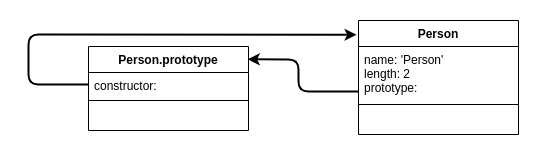
The draw.io diagram SoftwareDevelopment/WebDevelopment/JavaScript/pictures/constructorFunctionInheritanceStep1.png in lcov29/knowledgeBase, before a commit. Source tidied: cells renumbered, new cells last; positions are measured from the earlier drawing's top-left corner, leaving out a move shared by most shapes.
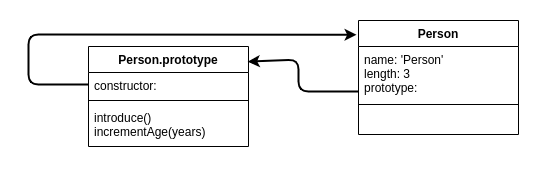
Above is the later version.

Change to the diagram source:
```diff
@@ -5,7 +5,7 @@
     <mxCell id="2" value="Person" style="swimlane;fontStyle=1;align=center;verticalAlign=top;horizontal=1;startSize=26;" parent="1" vertex="1">
       <mxGeometry x="330" width="160" height="114" as="geometry" />
     </mxCell>
-    <mxCell id="3" value="name: 'Person'&#10;length: 2&#10;prototype:" style="text;strokeColor=none;fillColor=none;align=left;verticalAlign=top;spacingLeft=4;spacingRight=4;overflow=hidden;points=[[0,0.5],[1,0.5]];portConstraint=eastwest;" parent="2" vertex="1">
+    <mxCell id="3" value="name: 'Person'&#10;length: 3&#10;prototype:" style="text;strokeColor=none;fillColor=none;align=left;verticalAlign=top;spacingLeft=4;spacingRight=4;overflow=hidden;points=[[0,0.5],[1,0.5]];portConstraint=eastwest;" parent="2" vertex="1">
       <mxGeometry y="26" width="160" height="54" as="geometry" />
     </mxCell>
     <mxCell id="4" style="line;strokeWidth=1;fillColor=none;align=left;verticalAlign=middle;spacingTop=-1;spacingLeft=3;spacingRight=3;labelPosition=right;" parent="2" vertex="1">
@@ -15,7 +15,7 @@
       <mxGeometry y="88" width="160" height="26" as="geometry" />
     </mxCell>
     <mxCell id="6" value="Person.prototype" style="swimlane;fontStyle=1;align=center;verticalAlign=top;horizontal=1;startSize=26;" parent="1" vertex="1">
-      <mxGeometry x="60" y="26" width="160" height="84" as="geometry" />
+      <mxGeometry x="60" y="26" width="160" height="100" as="geometry" />
     </mxCell>
     <mxCell id="7" value="constructor:" style="text;strokeColor=none;fillColor=none;align=left;verticalAlign=top;spacingLeft=4;spacingRight=4;overflow=hidden;points=[[0,0.5],[1,0.5]];portConstraint=eastwest;" parent="6" vertex="1">
       <mxGeometry y="26" width="160" height="24" as="geometry" />
@@ -23,8 +23,8 @@
     <mxCell id="8" style="line;strokeWidth=1;fillColor=none;align=left;verticalAlign=middle;spacingTop=-1;spacingLeft=3;spacingRight=3;labelPosition=right;" parent="6" vertex="1">
       <mxGeometry y="50" width="160" height="8" as="geometry" />
     </mxCell>
-    <mxCell id="9" value=" " style="text;strokeColor=none;fillColor=none;align=left;verticalAlign=top;spacingLeft=4;spacingRight=4;overflow=hidden;" parent="6" vertex="1">
-      <mxGeometry y="58" width="160" height="26" as="geometry" />
+    <mxCell id="9" value="introduce()&#10;incrementAge(years)" style="text;strokeColor=none;fillColor=none;align=left;verticalAlign=top;spacingLeft=4;spacingRight=4;overflow=hidden;" parent="6" vertex="1">
+      <mxGeometry y="58" width="160" height="42" as="geometry" />
     </mxCell>
     <mxCell id="10" style="endArrow=classic;html=1;strokeWidth=2;exitX=0.003;exitY=0.833;exitDx=0;exitDy=0;exitPerimeter=0;entryX=0.995;entryY=0.152;entryDx=0;entryDy=0;entryPerimeter=0;" parent="1" edge="1" source="3" target="6">
       <mxGeometry relative="1" as="geometry">
```
